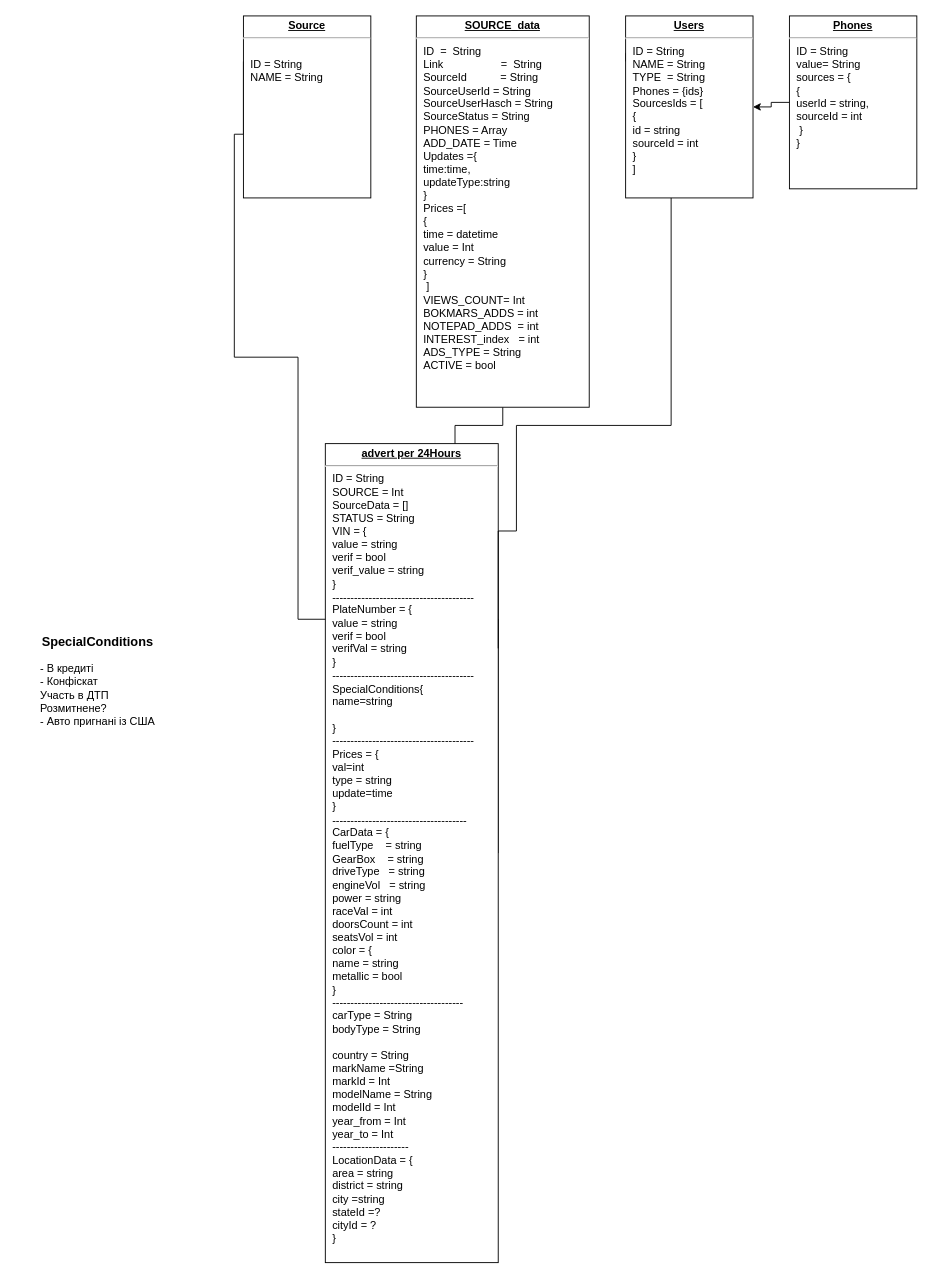
Earlier version of the draw.io diagram .drawio (Dromich/car_dog_diagram). Source tidied: cells renumbered, new cells numbered last; positions are measured from the earlier drawing's top-left corner, leaving out a move shared by most shapes. Both pictures are drawn from the tidied source at 91%, with x=0, y=0 at pixel (15, 15).
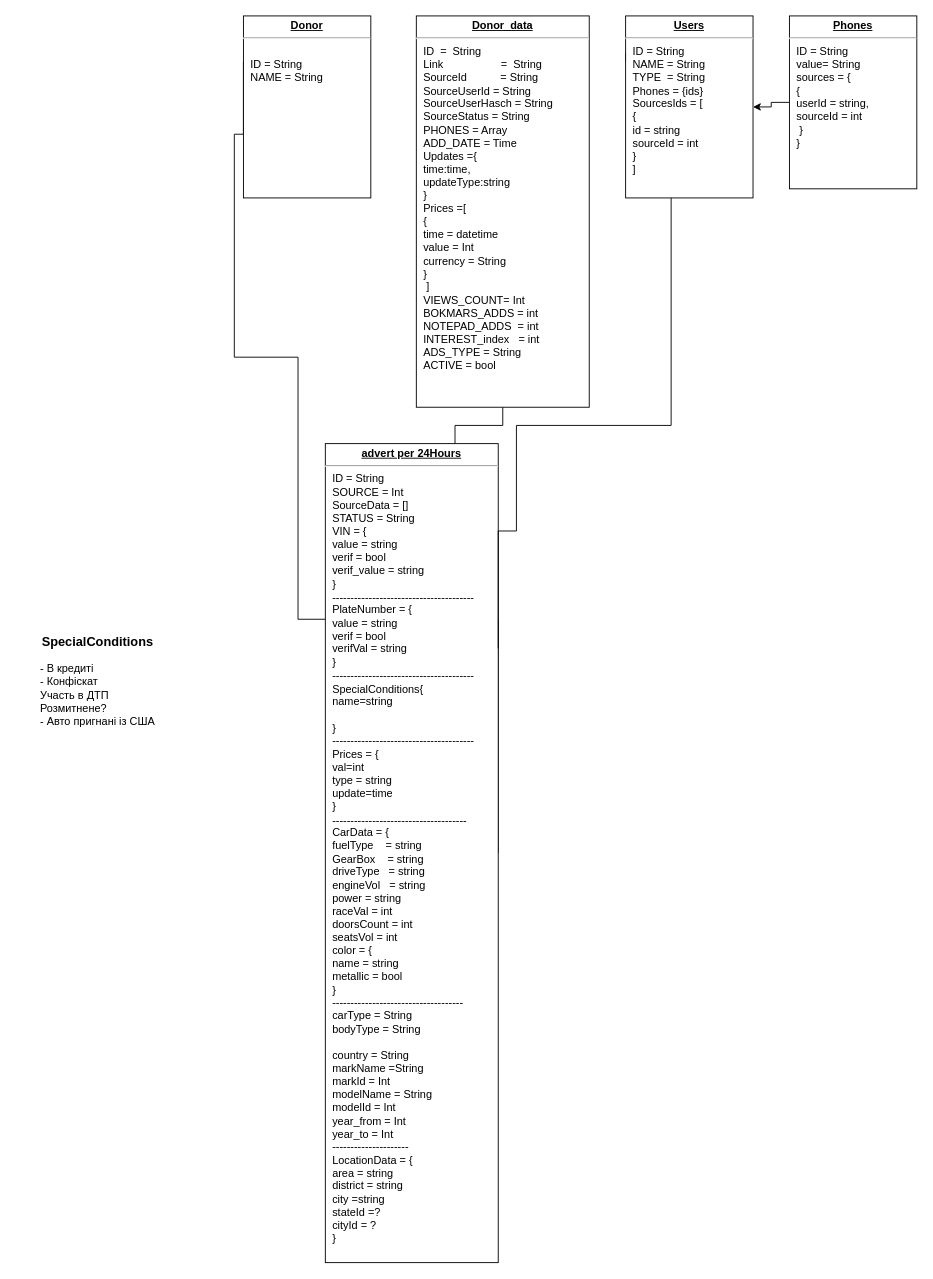
The same diagram, later.

Change to the diagram source:
```diff
@@
 <mxGraphModel>
   <root>
     <mxCell id="0" />
     <mxCell id="1" parent="0" />
     <mxCell id="2" style="edgeStyle=orthogonalEdgeStyle;rounded=0;html=1;exitX=1;exitY=0.5;entryX=0;entryY=0.25;labelBackgroundColor=none;endArrow=none;endFill=0;endSize=8;fontFamily=Verdana;fontSize=12;align=left;" parent="1" edge="1" source="3" target="6">
       <mxGeometry relative="1" as="geometry">
         <Array as="points">
           <mxPoint x="310" y="663" />
           <mxPoint x="310" y="375" />
           <mxPoint x="240" y="375" />
           <mxPoint x="240" y="130" />
         </Array>
       </mxGeometry>
     </mxCell>
     <mxCell id="3" value="&lt;p style=&quot;margin: 0px ; margin-top: 4px ; text-align: center ; text-decoration: underline&quot;&gt;&lt;b&gt;advert per 24Hours&lt;/b&gt;&lt;br&gt;&lt;/p&gt;&lt;hr&gt;&lt;p style=&quot;margin: 0px ; margin-left: 8px&quot;&gt;ID = String&lt;br&gt;SOURCE = Int&lt;br&gt;SourceData = []&lt;br&gt;&lt;/p&gt;&lt;p style=&quot;margin: 0px ; margin-left: 8px&quot;&gt;STATUS = String&lt;/p&gt;&lt;p style=&quot;margin: 0px ; margin-left: 8px&quot;&gt;VIN = {&lt;/p&gt;&lt;p style=&quot;margin: 0px ; margin-left: 8px&quot;&gt;&lt;span&gt; &lt;span&gt; &lt;/span&gt;value = string&lt;br&gt;&lt;span&gt; &lt;/span&gt;&lt;span&gt; &lt;/span&gt;verif   = bool&lt;/span&gt;&lt;/p&gt;&lt;p style=&quot;margin: 0px ; margin-left: 8px&quot;&gt;&lt;span&gt;&lt;span&gt; &lt;/span&gt;verif_value = string&lt;br&gt;&lt;/span&gt;&lt;/p&gt;&lt;p style=&quot;margin: 0px ; margin-left: 8px&quot;&gt;&lt;span&gt;&lt;span&gt; &lt;/span&gt;&lt;span&gt; &lt;/span&gt;}&lt;/span&gt;&lt;/p&gt;&lt;p style=&quot;margin: 0px ; margin-left: 8px&quot;&gt;&lt;span&gt;---------------------------------------&lt;br&gt;&lt;/span&gt;&lt;/p&gt;&lt;p style=&quot;margin: 0px ; margin-left: 8px&quot;&gt;PlateNumber = {&lt;/p&gt;&lt;p style=&quot;margin: 0px ; margin-left: 8px&quot;&gt;&lt;span&gt; &lt;/span&gt;value = string&lt;br&gt;&lt;span&gt; &lt;/span&gt;verif = bool&lt;br&gt;&lt;span&gt; &lt;/span&gt;verifVal = string&lt;br&gt;&lt;/p&gt;&lt;p style=&quot;margin: 0px ; margin-left: 8px&quot;&gt;&lt;span&gt; &lt;/span&gt;}&lt;/p&gt;&lt;p style=&quot;margin: 0px ; margin-left: 8px&quot;&gt;---------------------------------------&lt;br&gt;&lt;/p&gt;&lt;p style=&quot;margin: 0px ; margin-left: 8px&quot;&gt;SpecialСonditions{&lt;/p&gt;&lt;p style=&quot;margin: 0px ; margin-left: 8px&quot;&gt;name=string&lt;br&gt;&lt;/p&gt;&lt;p style=&quot;margin: 0px ; margin-left: 8px&quot;&gt;&lt;br&gt;&lt;/p&gt;&lt;p style=&quot;margin: 0px ; margin-left: 8px&quot;&gt;}&lt;/p&gt;&lt;p style=&quot;margin: 0px ; margin-left: 8px&quot;&gt;---------------------------------------&lt;br&gt;&lt;/p&gt;&lt;p style=&quot;margin: 0px ; margin-left: 8px&quot;&gt;Prices = {&lt;/p&gt;&lt;p style=&quot;margin: 0px ; margin-left: 8px&quot;&gt;val=int&lt;/p&gt;&lt;p style=&quot;margin: 0px ; margin-left: 8px&quot;&gt;type = string&lt;br&gt;&lt;/p&gt;&lt;p style=&quot;margin: 0px ; margin-left: 8px&quot;&gt;update=time&lt;br&gt;&lt;/p&gt;&lt;p style=&quot;margin: 0px ; margin-left: 8px&quot;&gt;}&lt;/p&gt;&lt;p style=&quot;margin: 0px ; margin-left: 8px&quot;&gt;-------------------------------------&lt;/p&gt;&lt;p style=&quot;margin: 0px ; margin-left: 8px&quot;&gt;CarData = {&lt;/p&gt;&lt;p style=&quot;margin: 0px ; margin-left: 8px&quot;&gt;&lt;span&gt; &lt;/span&gt;fuelType&amp;nbsp;&amp;nbsp;&amp;nbsp; = string&lt;/p&gt;&lt;p style=&quot;margin: 0px ; margin-left: 8px&quot;&gt;GearBox&amp;nbsp;&amp;nbsp;&amp;nbsp; = string&lt;/p&gt;&lt;p style=&quot;margin: 0px ; margin-left: 8px&quot;&gt;driveType&amp;nbsp;&amp;nbsp; = string&lt;/p&gt;&lt;p style=&quot;margin: 0px ; margin-left: 8px&quot;&gt;engineVol&amp;nbsp;&amp;nbsp; = string&lt;/p&gt;&lt;p style=&quot;margin: 0px ; margin-left: 8px&quot;&gt;power = string&lt;br&gt;&lt;/p&gt;&lt;p style=&quot;margin: 0px ; margin-left: 8px&quot;&gt;raceVal = int&lt;/p&gt;&lt;p style=&quot;margin: 0px ; margin-left: 8px&quot;&gt;doorsCount = int&lt;/p&gt;&lt;p style=&quot;margin: 0px ; margin-left: 8px&quot;&gt;seatsVol = int&lt;/p&gt;&lt;p style=&quot;margin: 0px ; margin-left: 8px&quot;&gt;color = {&lt;/p&gt;&lt;p style=&quot;margin: 0px ; margin-left: 8px&quot;&gt;name = string&lt;/p&gt;&lt;p style=&quot;margin: 0px ; margin-left: 8px&quot;&gt;metallic = bool&lt;br&gt;&lt;/p&gt;&lt;p style=&quot;margin: 0px ; margin-left: 8px&quot;&gt;}&lt;/p&gt;&lt;p style=&quot;margin: 0px ; margin-left: 8px&quot;&gt;------------------------------------&lt;/p&gt;&lt;p style=&quot;margin: 0px ; margin-left: 8px&quot;&gt;&lt;span style=&quot;background-color: rgb(255 , 255 , 255)&quot;&gt;carType = String&lt;/span&gt;&lt;/p&gt;&lt;p style=&quot;margin: 0px ; margin-left: 8px&quot;&gt;bodyType = String&lt;/p&gt;&lt;p style=&quot;margin: 0px ; margin-left: 8px&quot;&gt;&lt;br&gt;&lt;/p&gt;&lt;p style=&quot;margin: 0px ; margin-left: 8px&quot;&gt;country = String&lt;/p&gt;&lt;p style=&quot;margin: 0px ; margin-left: 8px&quot;&gt;markName =String&lt;/p&gt;&lt;p style=&quot;margin: 0px ; margin-left: 8px&quot;&gt;markId = Int&lt;/p&gt;&lt;p style=&quot;margin: 0px ; margin-left: 8px&quot;&gt;modelName = String&lt;/p&gt;&lt;p style=&quot;margin: 0px ; margin-left: 8px&quot;&gt;modelId = Int&lt;/p&gt;&lt;p style=&quot;margin: 0px ; margin-left: 8px&quot;&gt;year_from = Int&lt;/p&gt;&lt;p style=&quot;margin: 0px ; margin-left: 8px&quot;&gt;year_to = Int&lt;/p&gt;&lt;p style=&quot;margin: 0px ; margin-left: 8px&quot;&gt;&lt;span&gt; &lt;/span&gt;---------------------&lt;/p&gt;&lt;p style=&quot;margin: 0px ; margin-left: 8px&quot;&gt;LocationData = {&lt;/p&gt;&lt;p style=&quot;margin: 0px ; margin-left: 8px&quot;&gt;area = string&lt;br&gt;&lt;/p&gt;&lt;p style=&quot;margin: 0px ; margin-left: 8px&quot;&gt;district = string&lt;/p&gt;&lt;p style=&quot;margin: 0px ; margin-left: 8px&quot;&gt;city =string&lt;/p&gt;&lt;p style=&quot;margin: 0px ; margin-left: 8px&quot;&gt;stateId =?&lt;/p&gt;&lt;p style=&quot;margin: 0px ; margin-left: 8px&quot;&gt;cityId = ?&lt;/p&gt;&lt;p style=&quot;margin: 0px ; margin-left: 8px&quot;&gt;}&lt;/p&gt;&lt;p style=&quot;margin: 0px ; margin-left: 8px&quot;&gt;&lt;br&gt;&lt;/p&gt;&lt;p style=&quot;margin: 0px ; margin-left: 8px&quot;&gt;&lt;br&gt;&lt;/p&gt;&lt;p style=&quot;margin: 0px ; margin-left: 8px&quot;&gt;&lt;br&gt;&lt;/p&gt;&lt;p style=&quot;margin: 0px ; margin-left: 8px&quot;&gt;&lt;br&gt;&lt;/p&gt;&lt;p style=&quot;margin: 0px ; margin-left: 8px&quot;&gt;&lt;br&gt;&lt;/p&gt;&lt;p style=&quot;margin: 0px ; margin-left: 8px&quot;&gt;&lt;br&gt;&lt;/p&gt;" style="verticalAlign=top;align=left;overflow=fill;fontSize=12;fontFamily=Helvetica;html=1;rounded=0;shadow=0;comic=0;labelBackgroundColor=none;strokeWidth=1;" parent="1" vertex="1">
       <mxGeometry x="340" y="470" width="190" height="900" as="geometry" />
     </mxCell>
     <mxCell id="4" style="edgeStyle=orthogonalEdgeStyle;rounded=0;html=1;exitX=0;exitY=0.25;entryX=1;entryY=0.25;labelBackgroundColor=none;endArrow=none;endFill=0;endSize=8;fontFamily=Verdana;fontSize=12;align=left;" parent="1" edge="1" source="5" target="3">
       <mxGeometry relative="1" as="geometry">
         <Array as="points">
           <mxPoint x="720" y="41" />
           <mxPoint x="720" y="450" />
           <mxPoint x="550" y="450" />
           <mxPoint x="550" y="566" />
           <mxPoint x="530" y="566" />
         </Array>
       </mxGeometry>
     </mxCell>
     <mxCell id="5" value="&lt;p style=&quot;margin: 0px ; margin-top: 4px ; text-align: center ; text-decoration: underline&quot;&gt;&lt;b&gt;Users&lt;/b&gt;&lt;br&gt;&lt;/p&gt;&lt;hr&gt;&lt;p style=&quot;margin: 0px ; margin-left: 8px&quot;&gt;ID = String&lt;/p&gt;&lt;p style=&quot;margin: 0px ; margin-left: 8px&quot;&gt;NAME = String&lt;/p&gt;&lt;p style=&quot;margin: 0px ; margin-left: 8px&quot;&gt;TYPE&amp;nbsp; = String&lt;/p&gt;&lt;p style=&quot;margin: 0px ; margin-left: 8px&quot;&gt;Phones = {ids}&lt;/p&gt;&lt;p style=&quot;margin: 0px ; margin-left: 8px&quot;&gt;SourcesIds = [&lt;/p&gt;&lt;p style=&quot;margin: 0px ; margin-left: 8px&quot;&gt;{&lt;/p&gt;&lt;p style=&quot;margin: 0px ; margin-left: 8px&quot;&gt;id = string&lt;/p&gt;&lt;p style=&quot;margin: 0px ; margin-left: 8px&quot;&gt;sourceId = int&lt;br&gt;&lt;/p&gt;&lt;p style=&quot;margin: 0px ; margin-left: 8px&quot;&gt;}&lt;br&gt;&lt;/p&gt;&lt;p style=&quot;margin: 0px ; margin-left: 8px&quot;&gt;]&lt;br&gt;&lt;/p&gt;&lt;p style=&quot;margin: 0px ; margin-left: 8px&quot;&gt;&lt;br&gt;&lt;/p&gt;" style="verticalAlign=top;align=left;overflow=fill;fontSize=12;fontFamily=Helvetica;html=1;rounded=0;shadow=0;comic=0;labelBackgroundColor=none;strokeWidth=1;" parent="1" vertex="1">
       <mxGeometry x="670" width="140" height="200" as="geometry" />
     </mxCell>
-    <mxCell id="6" value="&lt;p style=&quot;margin: 0px ; margin-top: 4px ; text-align: center ; text-decoration: underline&quot;&gt;&lt;b&gt;Source&lt;/b&gt;&lt;br&gt;&lt;/p&gt;&lt;hr&gt;&lt;p style=&quot;margin: 0px ; margin-left: 8px&quot;&gt;&lt;br&gt;ID = String&lt;/p&gt;&lt;p style=&quot;margin: 0px ; margin-left: 8px&quot;&gt;NAME = String&lt;br&gt;&lt;/p&gt;" style="verticalAlign=top;align=left;overflow=fill;fontSize=12;fontFamily=Helvetica;html=1;rounded=0;shadow=0;comic=0;labelBackgroundColor=none;strokeWidth=1;" parent="1" vertex="1">
+    <mxCell id="6" value="&lt;p style=&quot;margin: 0px ; margin-top: 4px ; text-align: center ; text-decoration: underline&quot;&gt;&lt;b&gt;Donor&lt;/b&gt;&lt;br&gt;&lt;/p&gt;&lt;hr&gt;&lt;p style=&quot;margin: 0px ; margin-left: 8px&quot;&gt;&lt;br&gt;ID = String&lt;/p&gt;&lt;p style=&quot;margin: 0px ; margin-left: 8px&quot;&gt;NAME = String&lt;br&gt;&lt;/p&gt;" style="verticalAlign=top;align=left;overflow=fill;fontSize=12;fontFamily=Helvetica;html=1;rounded=0;shadow=0;comic=0;labelBackgroundColor=none;strokeWidth=1;" parent="1" vertex="1">
       <mxGeometry x="250" width="140" height="200" as="geometry" />
     </mxCell>
     <mxCell id="7" style="edgeStyle=orthogonalEdgeStyle;rounded=0;jettySize=auto;html=1;entryX=0.75;entryY=0;entryDx=0;entryDy=0;endArrow=none;endFill=0;" parent="1" edge="1" source="8" target="3">
       <mxGeometry relative="1" as="geometry" />
     </mxCell>
-    <mxCell id="8" value="&lt;p style=&quot;margin: 0px ; margin-top: 4px ; text-align: center ; text-decoration: underline&quot;&gt;&lt;b&gt;SOURCE_data&lt;/b&gt;&lt;/p&gt;&lt;hr&gt;&lt;p style=&quot;margin: 0px ; margin-left: 8px&quot;&gt;ID&amp;nbsp; =&amp;nbsp; String&lt;/p&gt;&lt;p style=&quot;margin: 0px ; margin-left: 8px&quot;&gt;Link &amp;nbsp;&amp;nbsp;&amp;nbsp;&amp;nbsp;&amp;nbsp;&amp;nbsp;&amp;nbsp;&amp;nbsp;&amp;nbsp;&amp;nbsp;&amp;nbsp; &amp;nbsp; &amp;nbsp;&amp;nbsp;&amp;nbsp; =&amp;nbsp; String&lt;/p&gt;&lt;p style=&quot;margin: 0px ; margin-left: 8px&quot;&gt;SourceId &amp;nbsp;&amp;nbsp;&amp;nbsp;&amp;nbsp;&amp;nbsp;&amp;nbsp;&amp;nbsp; &amp;nbsp; = String&lt;br&gt;&lt;/p&gt;&lt;p style=&quot;margin: 0px ; margin-left: 8px&quot;&gt;SourceUserId = String&lt;/p&gt;&lt;p style=&quot;margin: 0px ; margin-left: 8px&quot;&gt;SourceUserHasch = String&lt;br&gt;&lt;/p&gt;&lt;p style=&quot;margin: 0px ; margin-left: 8px&quot;&gt;SourceStatus = String&lt;br&gt;&lt;/p&gt;&lt;p style=&quot;margin: 0px ; margin-left: 8px&quot;&gt;PHONES = Array&lt;/p&gt;&lt;p style=&quot;margin: 0px ; margin-left: 8px&quot;&gt;ADD_DATE = Time&lt;/p&gt;&lt;p style=&quot;margin: 0px ; margin-left: 8px&quot;&gt;Updates ={&lt;/p&gt;&lt;p style=&quot;margin: 0px ; margin-left: 8px&quot;&gt;&lt;span&gt; &lt;/span&gt;&lt;span&gt; &lt;/span&gt;&lt;span&gt; &lt;/span&gt;time:time,&lt;/p&gt;&lt;p style=&quot;margin: 0px ; margin-left: 8px&quot;&gt;&lt;span&gt; &lt;/span&gt;&lt;span&gt; &lt;/span&gt;&lt;span&gt; &lt;/span&gt;updateType:string&lt;/p&gt;&lt;p style=&quot;margin: 0px ; margin-left: 8px&quot;&gt;&lt;span&gt; &lt;/span&gt;&lt;span&gt; &lt;/span&gt;}&lt;/p&gt;&lt;p style=&quot;margin: 0px ; margin-left: 8px&quot;&gt;Prices =[&lt;/p&gt;&lt;p style=&quot;margin: 0px ; margin-left: 8px&quot;&gt;{&lt;/p&gt;&lt;p style=&quot;margin: 0px ; margin-left: 8px&quot;&gt;time = datetime&lt;/p&gt;&lt;p style=&quot;margin: 0px ; margin-left: 8px&quot;&gt;value = Int&lt;/p&gt;&lt;p style=&quot;margin: 0px ; margin-left: 8px&quot;&gt;currency = String&lt;br&gt;&lt;/p&gt;&lt;p style=&quot;margin: 0px ; margin-left: 8px&quot;&gt;}&lt;br&gt;&lt;/p&gt;&lt;p style=&quot;margin: 0px ; margin-left: 8px&quot;&gt;&amp;nbsp;]&lt;br&gt;&lt;/p&gt;&lt;p style=&quot;margin: 0px ; margin-left: 8px&quot;&gt;VIEWS_COUNT= Int&lt;/p&gt;&lt;p style=&quot;margin: 0px ; margin-left: 8px&quot;&gt;BOKMARS_ADDS = int&lt;/p&gt;&lt;p style=&quot;margin: 0px ; margin-left: 8px&quot;&gt;NOTEPAD_ADDS&amp;nbsp; = int&lt;/p&gt;&lt;p style=&quot;margin: 0px ; margin-left: 8px&quot;&gt;INTEREST_index&amp;nbsp;&amp;nbsp; = int&lt;br&gt;ADS_TYPE = String&lt;/p&gt;&lt;p style=&quot;margin: 0px ; margin-left: 8px&quot;&gt;ACTIVE = bool&lt;/p&gt;&lt;p style=&quot;margin: 0px ; margin-left: 8px&quot;&gt;&lt;br&gt;&lt;/p&gt;&lt;p style=&quot;margin: 0px ; margin-left: 8px&quot;&gt;&lt;br&gt;&lt;/p&gt;" style="verticalAlign=top;align=left;overflow=fill;fontSize=12;fontFamily=Helvetica;html=1;rounded=0;shadow=0;comic=0;labelBackgroundColor=none;strokeWidth=1;" parent="1" vertex="1">
+    <mxCell id="8" value="&lt;p style=&quot;margin: 0px ; margin-top: 4px ; text-align: center ; text-decoration: underline&quot;&gt;&lt;b&gt;Donor_data&lt;/b&gt;&lt;/p&gt;&lt;hr&gt;&lt;p style=&quot;margin: 0px ; margin-left: 8px&quot;&gt;ID&amp;nbsp; =&amp;nbsp; String&lt;/p&gt;&lt;p style=&quot;margin: 0px ; margin-left: 8px&quot;&gt;Link &amp;nbsp;&amp;nbsp;&amp;nbsp;&amp;nbsp;&amp;nbsp;&amp;nbsp;&amp;nbsp;&amp;nbsp;&amp;nbsp;&amp;nbsp;&amp;nbsp; &amp;nbsp; &amp;nbsp;&amp;nbsp;&amp;nbsp; =&amp;nbsp; String&lt;/p&gt;&lt;p style=&quot;margin: 0px ; margin-left: 8px&quot;&gt;SourceId &amp;nbsp;&amp;nbsp;&amp;nbsp;&amp;nbsp;&amp;nbsp;&amp;nbsp;&amp;nbsp; &amp;nbsp; = String&lt;br&gt;&lt;/p&gt;&lt;p style=&quot;margin: 0px ; margin-left: 8px&quot;&gt;SourceUserId = String&lt;/p&gt;&lt;p style=&quot;margin: 0px ; margin-left: 8px&quot;&gt;SourceUserHasch = String&lt;br&gt;&lt;/p&gt;&lt;p style=&quot;margin: 0px ; margin-left: 8px&quot;&gt;SourceStatus = String&lt;br&gt;&lt;/p&gt;&lt;p style=&quot;margin: 0px ; margin-left: 8px&quot;&gt;PHONES = Array&lt;/p&gt;&lt;p style=&quot;margin: 0px ; margin-left: 8px&quot;&gt;ADD_DATE = Time&lt;/p&gt;&lt;p style=&quot;margin: 0px ; margin-left: 8px&quot;&gt;Updates ={&lt;/p&gt;&lt;p style=&quot;margin: 0px ; margin-left: 8px&quot;&gt;&lt;span&gt; &lt;/span&gt;&lt;span&gt; &lt;/span&gt;&lt;span&gt; &lt;/span&gt;time:time,&lt;/p&gt;&lt;p style=&quot;margin: 0px ; margin-left: 8px&quot;&gt;&lt;span&gt; &lt;/span&gt;&lt;span&gt; &lt;/span&gt;&lt;span&gt; &lt;/span&gt;updateType:string&lt;/p&gt;&lt;p style=&quot;margin: 0px ; margin-left: 8px&quot;&gt;&lt;span&gt; &lt;/span&gt;&lt;span&gt; &lt;/span&gt;}&lt;/p&gt;&lt;p style=&quot;margin: 0px ; margin-left: 8px&quot;&gt;Prices =[&lt;/p&gt;&lt;p style=&quot;margin: 0px ; margin-left: 8px&quot;&gt;{&lt;/p&gt;&lt;p style=&quot;margin: 0px ; margin-left: 8px&quot;&gt;time = datetime&lt;/p&gt;&lt;p style=&quot;margin: 0px ; margin-left: 8px&quot;&gt;value = Int&lt;/p&gt;&lt;p style=&quot;margin: 0px ; margin-left: 8px&quot;&gt;currency = String&lt;br&gt;&lt;/p&gt;&lt;p style=&quot;margin: 0px ; margin-left: 8px&quot;&gt;}&lt;br&gt;&lt;/p&gt;&lt;p style=&quot;margin: 0px ; margin-left: 8px&quot;&gt;&amp;nbsp;]&lt;br&gt;&lt;/p&gt;&lt;p style=&quot;margin: 0px ; margin-left: 8px&quot;&gt;VIEWS_COUNT= Int&lt;/p&gt;&lt;p style=&quot;margin: 0px ; margin-left: 8px&quot;&gt;BOKMARS_ADDS = int&lt;/p&gt;&lt;p style=&quot;margin: 0px ; margin-left: 8px&quot;&gt;NOTEPAD_ADDS&amp;nbsp; = int&lt;/p&gt;&lt;p style=&quot;margin: 0px ; margin-left: 8px&quot;&gt;INTEREST_index&amp;nbsp;&amp;nbsp; = int&lt;br&gt;ADS_TYPE = String&lt;/p&gt;&lt;p style=&quot;margin: 0px ; margin-left: 8px&quot;&gt;ACTIVE = bool&lt;/p&gt;&lt;p style=&quot;margin: 0px ; margin-left: 8px&quot;&gt;&lt;br&gt;&lt;/p&gt;&lt;p style=&quot;margin: 0px ; margin-left: 8px&quot;&gt;&lt;br&gt;&lt;/p&gt;" style="verticalAlign=top;align=left;overflow=fill;fontSize=12;fontFamily=Helvetica;html=1;rounded=0;shadow=0;comic=0;labelBackgroundColor=none;strokeWidth=1;" parent="1" vertex="1">
       <mxGeometry x="440" width="190" height="430" as="geometry" />
     </mxCell>
     <mxCell id="9" value="&lt;h3&gt;SpecialСonditions&lt;/h3&gt;&lt;div align=&quot;left&quot;&gt;- В кредиті&lt;br&gt;- Конфіскат&lt;br&gt;Участь в ДТП&lt;br&gt;Розмитнене?&lt;br&gt;- Авто пригнані із США&lt;br&gt;&lt;/div&gt;" style="text;html=1;strokeColor=none;fillColor=none;align=center;verticalAlign=middle;whiteSpace=wrap;rounded=0;" parent="1" vertex="1">
       <mxGeometry y="640" width="180" height="167" as="geometry" />
     </mxCell>
     <mxCell id="10" style="edgeStyle=orthogonalEdgeStyle;rounded=0;jettySize=auto;html=1;entryX=1;entryY=0.5;entryDx=0;entryDy=0;" parent="1" edge="1" source="11" target="5">
       <mxGeometry relative="1" as="geometry" />
     </mxCell>
     <mxCell id="11" value="&lt;p style=&quot;margin: 0px ; margin-top: 4px ; text-align: center ; text-decoration: underline&quot;&gt;&lt;b&gt;Phones&lt;/b&gt;&lt;br&gt;&lt;/p&gt;&lt;hr&gt;&lt;p style=&quot;margin: 0px ; margin-left: 8px&quot;&gt;ID = String&lt;/p&gt;&lt;p style=&quot;margin: 0px ; margin-left: 8px&quot;&gt;value= String&lt;/p&gt;&lt;p style=&quot;margin: 0px ; margin-left: 8px&quot;&gt;sources = {&lt;/p&gt;&lt;p style=&quot;margin: 0px ; margin-left: 8px&quot;&gt;{&lt;br&gt;userId = string,&lt;/p&gt;&lt;p style=&quot;margin: 0px ; margin-left: 8px&quot;&gt;sourceId = int&lt;/p&gt;&lt;p style=&quot;margin: 0px ; margin-left: 8px&quot;&gt;&amp;nbsp;}&lt;/p&gt;&lt;p style=&quot;margin: 0px ; margin-left: 8px&quot;&gt;}&lt;br&gt;&lt;/p&gt;&lt;p style=&quot;margin: 0px ; margin-left: 8px&quot;&gt;&lt;br&gt;&lt;/p&gt;&lt;br&gt;&lt;p style=&quot;margin: 0px ; margin-left: 8px&quot;&gt;&lt;br&gt;&lt;/p&gt;" style="verticalAlign=top;align=left;overflow=fill;fontSize=12;fontFamily=Helvetica;html=1;rounded=0;shadow=0;comic=0;labelBackgroundColor=none;strokeWidth=1;" parent="1" vertex="1">
       <mxGeometry x="850" width="140" height="190" as="geometry" />
     </mxCell>
   </root>
 </mxGraphModel>
```
